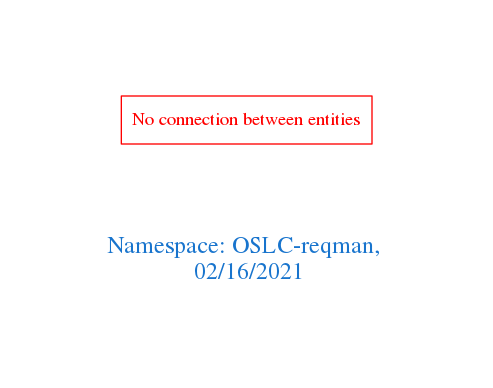
arago/OGIT keeps this Graphviz diagram as downloads/OSLC-reqman.png. Above is the earlier version. Its source is kept beside it as downloads/OSLC-reqman.dot.
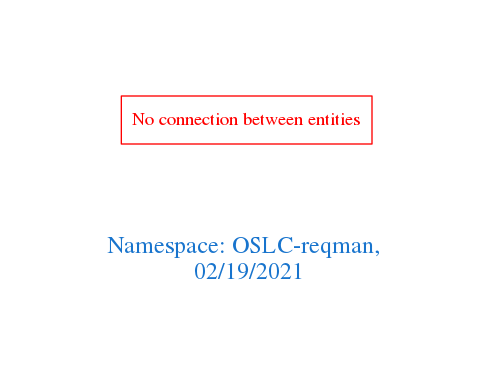
After the change.

Change to the diagram source:
```diff
@@ -1,7 +1,7 @@
 digraph OGIT_ontology {
  graph [ rankdir= LR,pad=1
 fontsize = 18,
-fontcolor= dodgerblue3,label = "\n\n\nNamespace: OSLC-reqman, \n 02/16/2021"];
+fontcolor= dodgerblue3,label = "\n\n\nNamespace: OSLC-reqman, \n 02/19/2021"];
 node[shape=polygon];
 edge [  color="gray81"];
 
```
